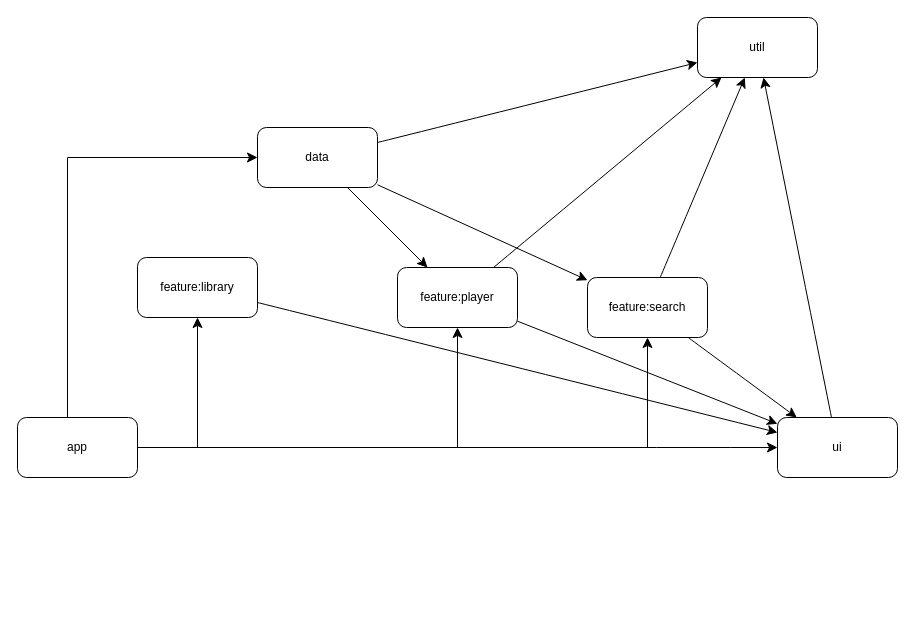
Before: diagrams/android_modules_diagram.drawio in Livmasss/Noizer-backend, a draw.io diagram. Source tidied: cells renumbered, new cells numbered last; positions are measured from the earlier drawing's top-left corner, leaving out a move shared by most shapes. Both pictures are drawn from the tidied source at 100%, with x=0, y=0 at pixel (17, 17).
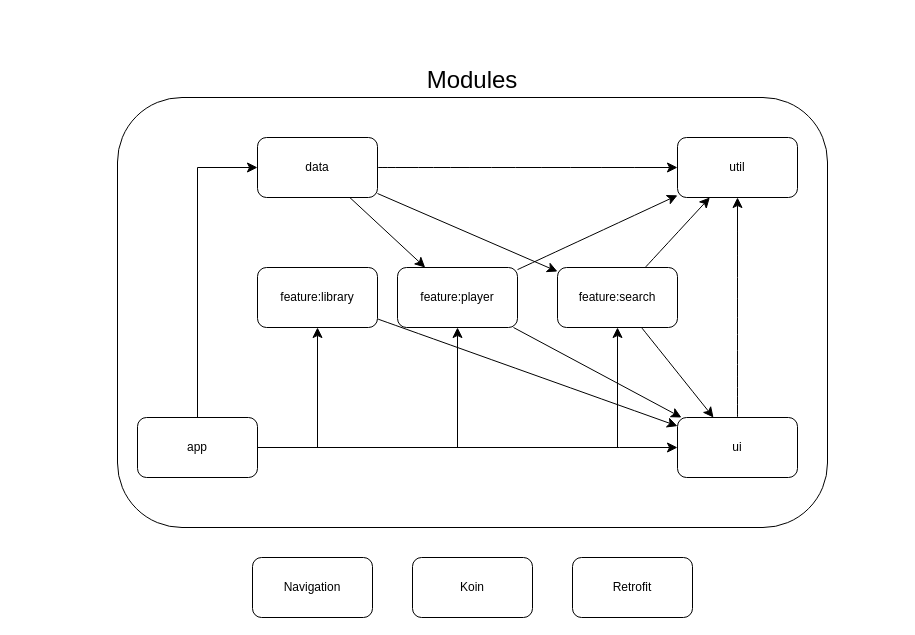
After the change.

Diff of the diagram source:
```diff
@@
+    <mxCell id="23" value="Modules" style="rounded=1;whiteSpace=wrap;html=1;labelPosition=center;verticalLabelPosition=top;align=center;verticalAlign=bottom;fontSize=24;" parent="1" vertex="1">
+      <mxGeometry x="100" y="80" width="710" height="430" as="geometry" />
+    </mxCell>
@@
     <mxCell id="5" value="data" style="rounded=1;whiteSpace=wrap;html=1;" parent="1" vertex="1">
-      <mxGeometry x="240" y="110" width="120" height="60" as="geometry" />
+      <mxGeometry x="240" y="120" width="120" height="60" as="geometry" />
     </mxCell>
     <mxCell id="6" style="edgeStyle=orthogonalEdgeStyle;rounded=0;jettySize=auto;html=1;fontSize=12;startSize=8;endSize=8;" parent="1" edge="1" source="11" target="5">
       <mxGeometry relative="1" as="geometry">
         <Array as="points">
-          <mxPoint x="50" y="140" />
+          <mxPoint x="180" y="150" />
         </Array>
       </mxGeometry>
     </mxCell>
@@
     <mxCell id="9" style="edgeStyle=orthogonalEdgeStyle;rounded=0;jettySize=auto;html=1;fontSize=12;startSize=8;endSize=8;" parent="1" edge="1" source="11" target="21">
       <mxGeometry relative="1" as="geometry">
         <Array as="points">
-          <mxPoint x="180" y="430" />
+          <mxPoint x="300" y="430" />
         </Array>
       </mxGeometry>
     </mxCell>
@@
     <mxCell id="11" value="app" style="rounded=1;whiteSpace=wrap;html=1;" parent="1" vertex="1">
-      <mxGeometry y="400" width="120" height="60" as="geometry" />
+      <mxGeometry x="120" y="400" width="120" height="60" as="geometry" />
     </mxCell>
@@
     <mxCell id="13" value="ui" style="rounded=1;whiteSpace=wrap;html=1;" parent="1" vertex="1">
-      <mxGeometry x="760" y="400" width="120" height="60" as="geometry" />
+      <mxGeometry x="660" y="400" width="120" height="60" as="geometry" />
     </mxCell>
@@
     <mxCell id="19" value="feature:search" style="rounded=1;whiteSpace=wrap;html=1;" parent="1" vertex="1">
-      <mxGeometry x="570" y="260" width="120" height="60" as="geometry" />
+      <mxGeometry x="540" y="250" width="120" height="60" as="geometry" />
     </mxCell>
@@
     <mxCell id="21" value="feature:library" style="rounded=1;whiteSpace=wrap;html=1;" parent="1" vertex="1">
-      <mxGeometry x="120" y="240" width="120" height="60" as="geometry" />
+      <mxGeometry x="240" y="250" width="120" height="60" as="geometry" />
     </mxCell>
     <mxCell id="22" value="util" style="rounded=1;whiteSpace=wrap;html=1;" parent="1" vertex="1">
-      <mxGeometry x="680" width="120" height="60" as="geometry" />
+      <mxGeometry x="660" y="120" width="120" height="60" as="geometry" />
     </mxCell>
+    <mxCell id="24" value="Koin" style="rounded=1;whiteSpace=wrap;html=1;" parent="1" vertex="1">
+      <mxGeometry x="395" y="540" width="120" height="60" as="geometry" />
+    </mxCell>
+    <mxCell id="25" value="Retrofit" style="rounded=1;whiteSpace=wrap;html=1;" parent="1" vertex="1">
+      <mxGeometry x="555" y="540" width="120" height="60" as="geometry" />
+    </mxCell>
+    <mxCell id="26" value="Navigation" style="rounded=1;whiteSpace=wrap;html=1;" parent="1" vertex="1">
+      <mxGeometry x="235" y="540" width="120" height="60" as="geometry" />
+    </mxCell>
```
